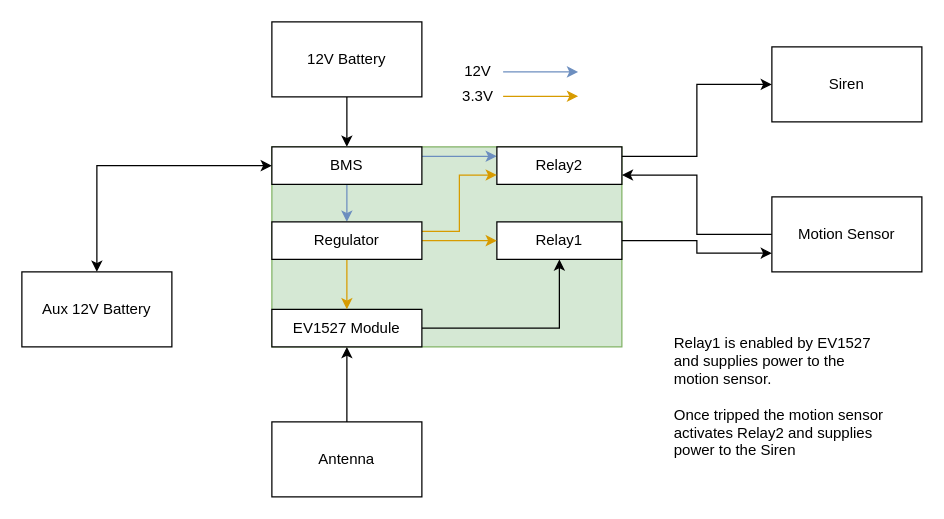
Above: fbd/EV1527.drawio in runbren/keyless-security (draw.io), before the change. Source tidied: cells renumbered, new cells numbered last; positions are measured from the earlier drawing's top-left corner, leaving out a move shared by most shapes. Both pictures are drawn from the tidied source at 125%, with x=0, y=0 at pixel (21, 21).
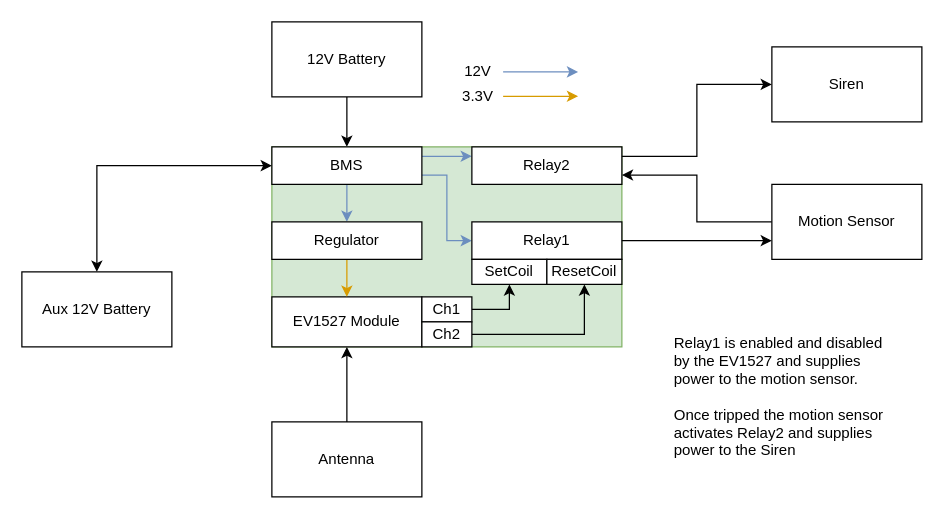
The same diagram, later.

Commit message:
Update EV1527.drawio dual coil relay

Unchanged cells that the change refers to:
```xml
<mxCell id="6" style="group;" parent="1" vertex="1">
  <mxGeometry x="200" y="100" width="280" height="160" as="geometry" />
</mxCell>
<mxCell id="10" value="BMS" style="rounded=0;whiteSpace=wrap;html=1;" parent="6" vertex="1">
  <mxGeometry width="120" height="30" as="geometry" />
</mxCell>
<mxCell id="18" value="Regulator" style="rounded=0;whiteSpace=wrap;html=1;" parent="6" vertex="1">
  <mxGeometry y="60" width="120" height="30" as="geometry" />
</mxCell>
```

Change to the diagram source:
```diff
@@
+    <mxCell id="31" style="edgeStyle=orthogonalEdgeStyle;rounded=0;jettySize=auto;html=1;exitX=1;exitY=0.75;exitDx=0;exitDy=0;entryX=0;entryY=0.5;entryDx=0;entryDy=0;fillColor=#dae8fc;strokeColor=#6c8ebf;" parent="6" edge="1" source="10" target="11">
+      <mxGeometry relative="1" as="geometry" />
+    </mxCell>
@@
     <mxCell id="11" value="Relay1" style="rounded=0;whiteSpace=wrap;html=1;" parent="6" vertex="1">
-      <mxGeometry x="180" y="60" width="100" height="30" as="geometry" />
+      <mxGeometry x="160" y="60" width="120" height="30" as="geometry" />
     </mxCell>
     <mxCell id="12" value="Relay2" style="rounded=0;whiteSpace=wrap;html=1;" parent="6" vertex="1">
-      <mxGeometry x="180" width="100" height="30" as="geometry" />
+      <mxGeometry x="160" width="120" height="30" as="geometry" />
     </mxCell>
-    <mxCell id="13" style="edgeStyle=orthogonalEdgeStyle;rounded=0;jettySize=auto;html=1;exitX=1;exitY=0.5;exitDx=0;exitDy=0;entryX=0.5;entryY=1;entryDx=0;entryDy=0;startArrow=none;startFill=0;endArrow=classic;endFill=1;" parent="6" edge="1" source="14" target="11">
+    <mxCell id="13" style="edgeStyle=orthogonalEdgeStyle;rounded=0;jettySize=auto;html=1;exitX=1;exitY=0.5;exitDx=0;exitDy=0;entryX=0.5;entryY=1;entryDx=0;entryDy=0;startArrow=none;startFill=0;endArrow=classic;endFill=1;" parent="6" edge="1" source="32" target="35">
       <mxGeometry relative="1" as="geometry" />
     </mxCell>
     <mxCell id="14" value="EV1527 Module" style="rounded=0;whiteSpace=wrap;html=1;" parent="6" vertex="1">
-      <mxGeometry y="130" width="120" height="30" as="geometry" />
+      <mxGeometry y="120" width="120" height="40" as="geometry" />
     </mxCell>
-    <mxCell id="15" style="edgeStyle=orthogonalEdgeStyle;rounded=0;jettySize=auto;html=1;exitX=1;exitY=0.25;exitDx=0;exitDy=0;entryX=0;entryY=0.75;entryDx=0;entryDy=0;startArrow=none;startFill=0;endArrow=classic;endFill=1;fillColor=#ffe6cc;strokeColor=#d79b00;" parent="6" edge="1" source="18" target="12">
-      <mxGeometry relative="1" as="geometry" />
-    </mxCell>
-    <mxCell id="16" style="edgeStyle=orthogonalEdgeStyle;rounded=0;jettySize=auto;html=1;exitX=1;exitY=0.5;exitDx=0;exitDy=0;entryX=0;entryY=0.5;entryDx=0;entryDy=0;startArrow=none;startFill=0;endArrow=classic;endFill=1;fillColor=#ffe6cc;strokeColor=#d79b00;" parent="6" edge="1" source="18" target="11">
-      <mxGeometry relative="1" as="geometry" />
-    </mxCell>
@@
+    <mxCell id="32" value="Ch1" style="rounded=0;whiteSpace=wrap;html=1;" parent="6" vertex="1">
+      <mxGeometry x="120" y="120" width="40" height="20" as="geometry" />
+    </mxCell>
+    <mxCell id="33" style="edgeStyle=orthogonalEdgeStyle;rounded=0;jettySize=auto;html=1;exitX=1;exitY=0.5;exitDx=0;exitDy=0;entryX=0.5;entryY=1;entryDx=0;entryDy=0;" parent="6" edge="1" source="34" target="36">
+      <mxGeometry relative="1" as="geometry" />
+    </mxCell>
+    <mxCell id="34" value="Ch2" style="rounded=0;whiteSpace=wrap;html=1;" parent="6" vertex="1">
+      <mxGeometry x="120" y="140" width="40" height="20" as="geometry" />
+    </mxCell>
+    <mxCell id="35" value="SetCoil" style="rounded=0;whiteSpace=wrap;html=1;" parent="6" vertex="1">
+      <mxGeometry x="160" y="90" width="60" height="20" as="geometry" />
+    </mxCell>
+    <mxCell id="36" value="ResetCoil" style="rounded=0;whiteSpace=wrap;html=1;" parent="6" vertex="1">
+      <mxGeometry x="220" y="90" width="60" height="20" as="geometry" />
+    </mxCell>
@@
     <mxCell id="22" value="Motion Sensor" style="rounded=0;whiteSpace=wrap;html=1;" parent="1" vertex="1">
-      <mxGeometry x="600" y="140" width="120" height="60" as="geometry" />
+      <mxGeometry x="600" y="130" width="120" height="60" as="geometry" />
     </mxCell>
@@
-    <mxCell id="26" value="Relay1 is enabled by EV1527 and supplies power to the motion sensor.&lt;br&gt;&lt;br&gt;Once tripped the motion sensor activates Relay2 and supplies power to the Siren" style="text;html=1;strokeColor=none;fillColor=none;align=left;verticalAlign=middle;whiteSpace=wrap;rounded=0;" parent="1" vertex="1">
+    <mxCell id="26" value="Relay1 is enabled and disabled by the EV1527 and supplies power to the motion sensor.&lt;br&gt;&lt;br&gt;Once tripped the motion sensor activates Relay2 and supplies power to the Siren" style="text;html=1;strokeColor=none;fillColor=none;align=left;verticalAlign=middle;whiteSpace=wrap;rounded=0;" parent="1" vertex="1">
       <mxGeometry x="520" y="250" width="170" height="100" as="geometry" />
     </mxCell>
```
